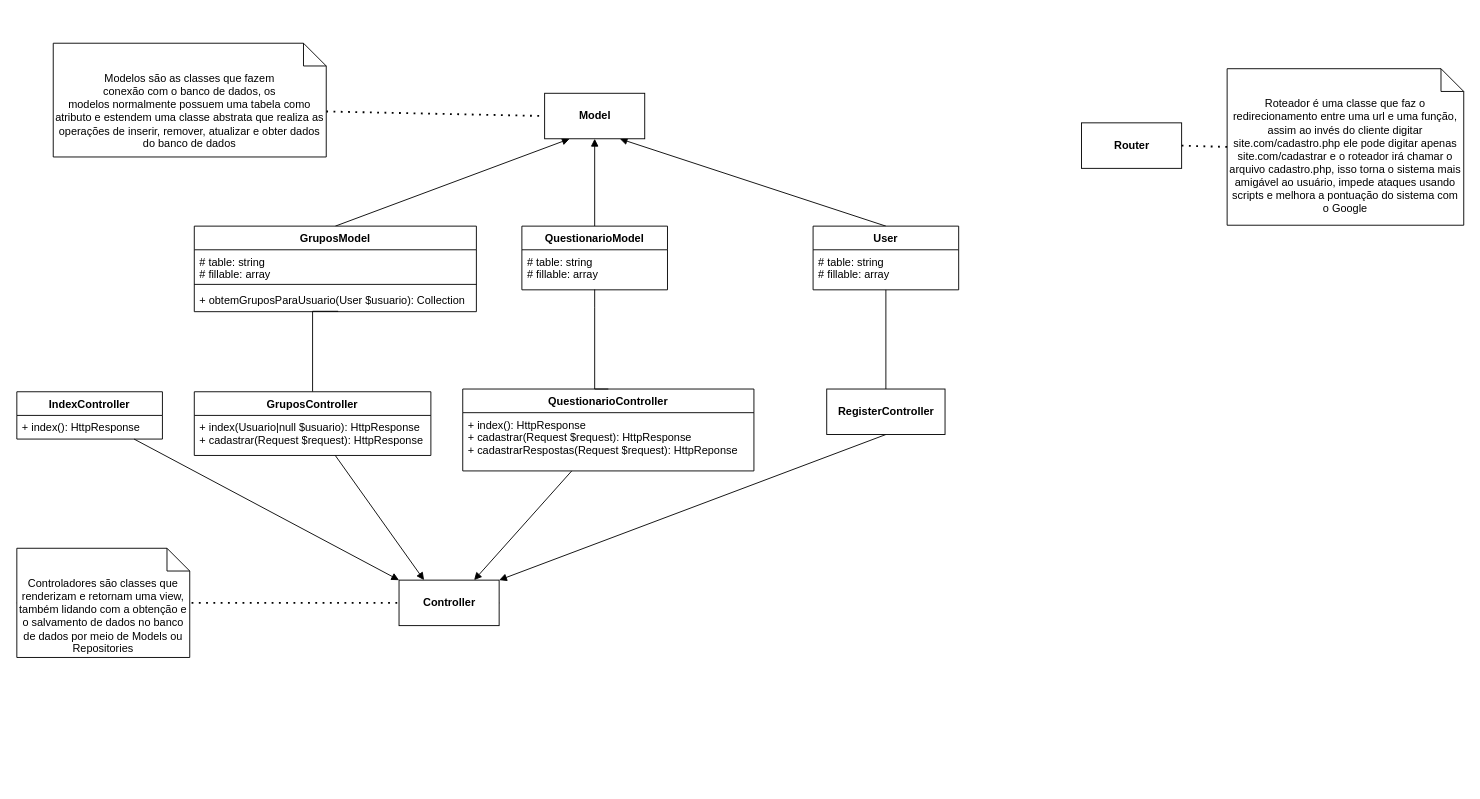
Earlier version of the draw.io diagram Diagramas/Arquitetura de classes.drawio (pmarangon/Grupo-1-PI--Sa-de-e-Bem-Estar). Source tidied: cells renumbered, new cells numbered last; positions are measured from the earlier drawing's top-left corner, leaving out a move shared by most shapes. Both pictures are drawn from the tidied source at 91%, with x=0, y=0 at pixel (16, 43).
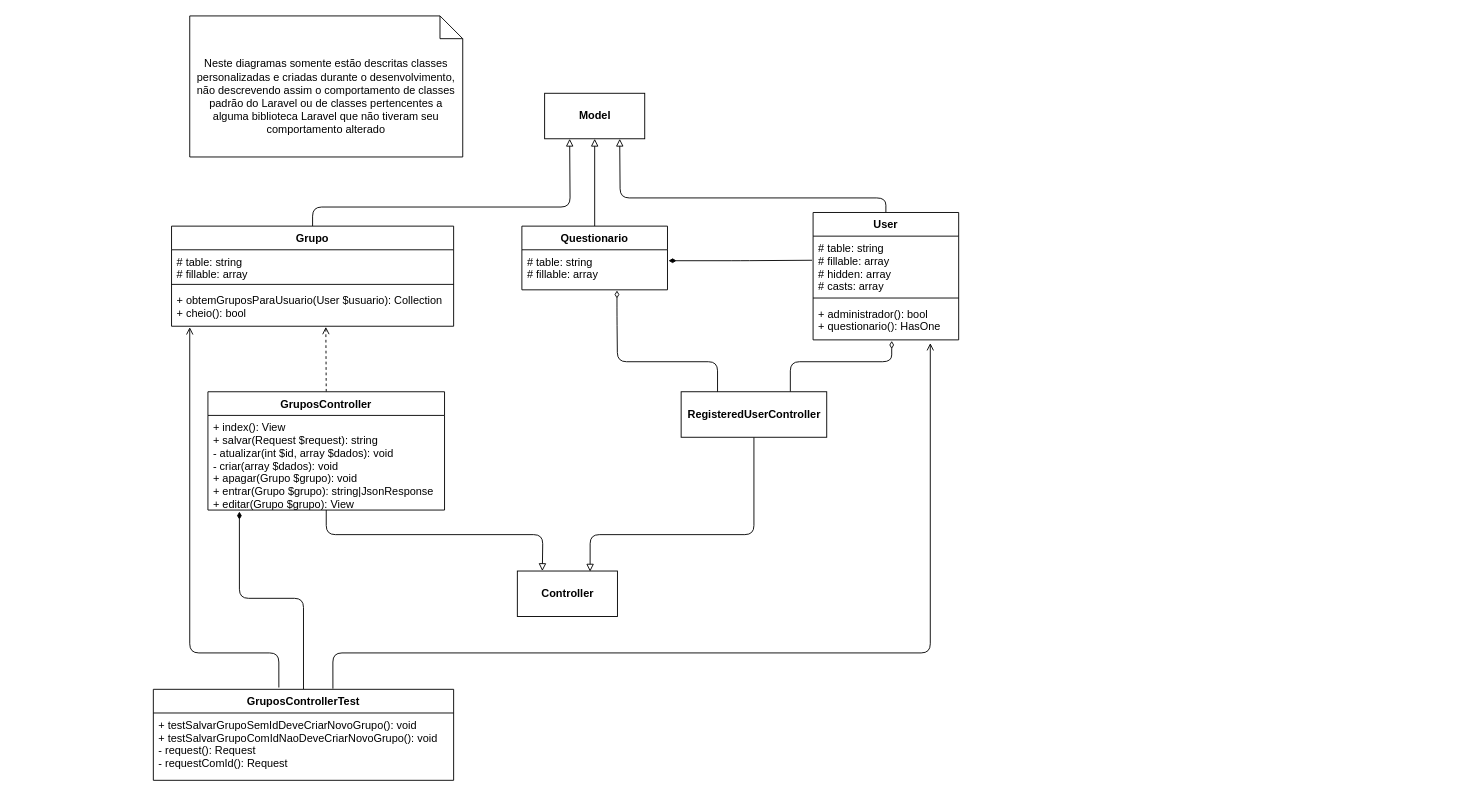
The same diagram, later.

Commit message (it also covers changes not shown here):
Atualiza diagrama de classes

The change refers to these unchanged cells:
```xml
<mxCell id="10" value="# table: string&#10;# fillable: array" style="text;strokeColor=none;fillColor=none;align=left;verticalAlign=top;spacingLeft=4;spacingRight=4;overflow=hidden;points=[[0,0.5],[1,0.5]];portConstraint=eastwest;" parent="9" vertex="1">
  <mxGeometry y="26" width="160" height="44" as="geometry" />
</mxCell>
<mxCell id="14" value="&lt;b&gt;Model&lt;/b&gt;" style="html=1;" parent="1" vertex="1">
  <mxGeometry x="580" y="55" width="110" height="50" as="geometry" />
</mxCell>
```

The edit, as a diff of the source:
```diff
@@
-    <mxCell id="2" style="rounded=0;jettySize=auto;html=1;exitX=0.5;exitY=0;exitDx=0;exitDy=0;entryX=0.25;entryY=1;entryDx=0;entryDy=0;endArrow=block;endFill=1;startArrow=none;startFill=0;" parent="1" edge="1" source="32" target="14">
-      <mxGeometry relative="1" as="geometry" />
+    <mxCell id="2" style="rounded=1;jettySize=auto;html=1;exitX=0.5;exitY=0;exitDx=0;exitDy=0;entryX=0.25;entryY=1;entryDx=0;entryDy=0;endArrow=block;endFill=0;startArrow=none;startFill=0;" parent="1" edge="1" source="32" target="14">
+      <mxGeometry relative="1" as="geometry">
+        <Array as="points">
+          <mxPoint x="325" y="180" />
+          <mxPoint x="608" y="180" />
+        </Array>
+      </mxGeometry>
     </mxCell>
-    <mxCell id="3" style="edgeStyle=orthogonalEdgeStyle;rounded=0;jettySize=auto;html=1;entryX=0.5;entryY=0;entryDx=0;entryDy=0;startArrow=none;startFill=0;endArrow=none;endFill=0;exitX=0.51;exitY=0.984;exitDx=0;exitDy=0;exitPerimeter=0;" parent="1" edge="1" source="35" target="20">
+    <mxCell id="3" style="edgeStyle=orthogonalEdgeStyle;rounded=1;jettySize=auto;html=1;entryX=0.5;entryY=0;entryDx=0;entryDy=0;startArrow=open;startFill=0;endArrow=none;endFill=0;dashed=1;exitX=0.547;exitY=1.016;exitDx=0;exitDy=0;exitPerimeter=0;" parent="1" edge="1" source="35" target="20">
       <mxGeometry relative="1" as="geometry">
         <Array as="points">
-          <mxPoint x="325" y="295" />
+          <mxPoint x="340" y="312" />
         </Array>
       </mxGeometry>
     </mxCell>
-    <mxCell id="4" style="rounded=0;jettySize=auto;html=1;exitX=0.5;exitY=0;exitDx=0;exitDy=0;entryX=0.75;entryY=1;entryDx=0;entryDy=0;endArrow=block;endFill=1;" parent="1" edge="1" source="6" target="14">
-      <mxGeometry relative="1" as="geometry" />
+    <mxCell id="4" style="rounded=1;jettySize=auto;html=1;exitX=0.5;exitY=0;exitDx=0;exitDy=0;entryX=0.75;entryY=1;entryDx=0;entryDy=0;endArrow=block;endFill=0;" parent="1" edge="1" source="6" target="14">
+      <mxGeometry relative="1" as="geometry">
+        <Array as="points">
+          <mxPoint x="955" y="170" />
+          <mxPoint x="663" y="170" />
+        </Array>
+      </mxGeometry>
     </mxCell>
-    <mxCell id="5" style="edgeStyle=orthogonalEdgeStyle;rounded=0;jettySize=auto;html=1;startArrow=none;startFill=0;endArrow=none;endFill=0;entryX=0.5;entryY=0;entryDx=0;entryDy=0;" parent="1" edge="1" source="6" target="31">
-      <mxGeometry relative="1" as="geometry" />
-    </mxCell>
-    <mxCell id="6" value="User" style="swimlane;fontStyle=1;align=center;verticalAlign=top;horizontal=1;startSize=26;" parent="1" vertex="1">
-      <mxGeometry x="875" y="201" width="160" height="70" as="geometry" />
-    </mxCell>
-    <mxCell id="7" value="# table: string&#10;# fillable: array" style="text;strokeColor=none;fillColor=none;align=left;verticalAlign=top;spacingLeft=4;spacingRight=4;overflow=hidden;" parent="6" vertex="1">
-      <mxGeometry y="26" width="160" height="44" as="geometry" />
-    </mxCell>
-    <mxCell id="8" style="edgeStyle=none;rounded=0;jettySize=auto;html=1;exitX=0.5;exitY=0;exitDx=0;exitDy=0;endArrow=block;endFill=1;startArrow=none;startFill=0;entryX=0.5;entryY=1;entryDx=0;entryDy=0;" parent="1" edge="1" source="9" target="14">
+    <mxCell id="8" style="edgeStyle=none;rounded=0;jettySize=auto;html=1;exitX=0.5;exitY=0;exitDx=0;exitDy=0;endArrow=block;endFill=0;startArrow=none;startFill=0;entryX=0.5;entryY=1;entryDx=0;entryDy=0;" parent="1" edge="1" source="9" target="14">
       <mxGeometry relative="1" as="geometry" />
     </mxCell>
-    <mxCell id="9" value="QuestionarioModel" style="swimlane;fontStyle=1;align=center;verticalAlign=top;horizontal=1;startSize=26;" parent="1" vertex="1">
+    <mxCell id="9" value="Questionario" style="swimlane;fontStyle=1;align=center;verticalAlign=top;horizontal=1;startSize=26;" parent="1" vertex="1">
       <mxGeometry x="555" y="201" width="160" height="70" as="geometry" />
     </mxCell>
@@
-    <mxCell id="11" style="endArrow=none;dashed=1;html=1;dashPattern=1 3;strokeWidth=2;exitX=0;exitY=0;exitDx=300;exitDy=75;strokeColor=#000000;exitPerimeter=0;entryX=0;entryY=0.5;entryDx=0;entryDy=0;" parent="1" edge="1" source="13" target="14">
-      <mxGeometry relative="1" as="geometry" />
-    </mxCell>
-    <mxCell id="12" style="endArrow=none;dashed=1;html=1;dashPattern=1 3;strokeWidth=2;exitX=1;exitY=0.5;exitDx=0;exitDy=0;entryX=0;entryY=0.5;entryDx=0;entryDy=0;strokeColor=#000000;entryPerimeter=0;" parent="1" edge="1" source="15" target="29">
-      <mxGeometry relative="1" as="geometry" />
-    </mxCell>
-    <mxCell id="13" value="Modelos são as classes que fazem&lt;br&gt;conexão com o banco de dados, os&lt;br&gt;modelos normalmente possuem uma tabela como atributo e estendem uma classe abstrata que realiza as operações de inserir, remover, atualizar e obter dados do banco de dados" style="shape=note2;boundedLbl=1;whiteSpace=wrap;html=1;size=25;verticalAlign=top;align=center;" parent="1" vertex="1">
-      <mxGeometry x="40" width="300" height="125" as="geometry" />
-    </mxCell>
@@
     <mxCell id="15" value="&lt;b&gt;Controller&lt;/b&gt;" style="html=1;" parent="1" vertex="1">
-      <mxGeometry x="420" y="590" width="110" height="50" as="geometry" />
+      <mxGeometry x="550" y="580" width="110" height="50" as="geometry" />
     </mxCell>
-    <mxCell id="16" style="edgeStyle=none;rounded=0;jettySize=auto;html=1;entryX=0;entryY=0;entryDx=0;entryDy=0;strokeColor=#000000;endArrow=block;endFill=1;startArrow=none;startFill=0;" parent="1" edge="1" source="17" target="15">
-      <mxGeometry relative="1" as="geometry" />
-    </mxCell>
-    <mxCell id="17" value="IndexController" style="swimlane;fontStyle=1;align=center;verticalAlign=top;horizontal=1;startSize=26;" parent="1" vertex="1">
-      <mxGeometry y="383" width="160" height="52" as="geometry" />
-    </mxCell>
-    <mxCell id="18" value="+ index(): HttpResponse" style="text;strokeColor=none;fillColor=none;align=left;verticalAlign=top;spacingLeft=4;spacingRight=4;overflow=hidden;" parent="17" vertex="1">
-      <mxGeometry y="26" width="160" height="26" as="geometry" />
-    </mxCell>
-    <mxCell id="19" style="edgeStyle=none;rounded=0;jettySize=auto;html=1;entryX=0.25;entryY=0;entryDx=0;entryDy=0;strokeColor=#000000;endArrow=block;endFill=1;startArrow=none;startFill=0;" parent="1" edge="1" source="20" target="15">
-      <mxGeometry relative="1" as="geometry" />
+    <mxCell id="19" style="edgeStyle=none;rounded=1;jettySize=auto;html=1;entryX=0.25;entryY=0;entryDx=0;entryDy=0;strokeColor=#000000;endArrow=block;endFill=0;startArrow=none;startFill=0;" parent="1" edge="1" source="20" target="15">
+      <mxGeometry relative="1" as="geometry">
+        <Array as="points">
+          <mxPoint x="340" y="540" />
+          <mxPoint x="578" y="540" />
+        </Array>
+      </mxGeometry>
     </mxCell>
     <mxCell id="20" value="GruposController" style="swimlane;fontStyle=1;align=center;verticalAlign=top;horizontal=1;startSize=26;" parent="1" vertex="1">
-      <mxGeometry x="195" y="383" width="260" height="70" as="geometry" />
+      <mxGeometry x="210" y="383" width="260" height="130" as="geometry" />
     </mxCell>
-    <mxCell id="21" value="+ index(Usuario|null $usuario): HttpResponse&#10;+ cadastrar(Request $request): HttpResponse" style="text;strokeColor=none;fillColor=none;align=left;verticalAlign=top;spacingLeft=4;spacingRight=4;overflow=hidden;points=[[0,0.5],[1,0.5]];portConstraint=eastwest;" parent="20" vertex="1">
-      <mxGeometry y="26" width="260" height="44" as="geometry" />
+    <mxCell id="21" value="+ index(): View&#10;+ salvar(Request $request): string&#10;- atualizar(int $id, array $dados): void&#10;- criar(array $dados): void&#10;+ apagar(Grupo $grupo): void&#10;+ entrar(Grupo $grupo): string|JsonResponse&#10;+ editar(Grupo $grupo): View" style="text;strokeColor=none;fillColor=none;align=left;verticalAlign=top;spacingLeft=4;spacingRight=4;overflow=hidden;points=[[0,0.5],[1,0.5]];portConstraint=eastwest;" parent="20" vertex="1">
+      <mxGeometry y="26" width="260" height="104" as="geometry" />
     </mxCell>
-    <mxCell id="22" style="edgeStyle=none;rounded=0;jettySize=auto;html=1;entryX=0.75;entryY=0;entryDx=0;entryDy=0;strokeColor=#000000;endArrow=block;endFill=1;startArrow=none;startFill=0;" parent="1" edge="1" source="23" target="15">
-      <mxGeometry relative="1" as="geometry" />
-    </mxCell>
-    <mxCell id="23" value="QuestionarioController" style="swimlane;fontStyle=1;align=center;verticalAlign=top;horizontal=1;startSize=26;" parent="1" vertex="1">
-      <mxGeometry x="490" y="380" width="320" height="90" as="geometry" />
-    </mxCell>
-    <mxCell id="24" value="+ index(): HttpResponse&#10;+ cadastrar(Request $request): HttpResponse&#10;+ cadastrarRespostas(Request $request): HttpReponse" style="text;strokeColor=none;fillColor=none;align=left;verticalAlign=top;spacingLeft=4;spacingRight=4;overflow=hidden;" parent="23" vertex="1">
-      <mxGeometry y="26" width="320" height="64" as="geometry" />
-    </mxCell>
-    <mxCell id="25" style="edgeStyle=none;rounded=0;jettySize=auto;html=1;entryX=1;entryY=0;entryDx=0;entryDy=0;strokeColor=#000000;endArrow=block;endFill=1;startArrow=none;startFill=0;exitX=0.5;exitY=1;exitDx=0;exitDy=0;" parent="1" edge="1" source="31" target="15">
-      <mxGeometry relative="1" as="geometry" />
+    <mxCell id="25" style="edgeStyle=none;rounded=1;jettySize=auto;html=1;entryX=0.727;entryY=0.013;entryDx=0;entryDy=0;strokeColor=#000000;endArrow=block;endFill=0;startArrow=none;startFill=0;exitX=0.5;exitY=1;exitDx=0;exitDy=0;entryPerimeter=0;shadow=0;sketch=0;" parent="1" edge="1" source="31" target="15">
+      <mxGeometry relative="1" as="geometry">
+        <Array as="points">
+          <mxPoint x="810" y="540" />
+          <mxPoint x="630" y="540" />
+        </Array>
+      </mxGeometry>
     </mxCell>
-    <mxCell id="26" value="Router" style="html=1;fontStyle=1;" parent="1" vertex="1">
-      <mxGeometry x="1170" y="87.5" width="110" height="50" as="geometry" />
-    </mxCell>
-    <mxCell id="27" value="Roteador é uma classe que faz o redirecionamento entre uma url e uma função, assim ao invés do cliente digitar site.com/cadastro.php ele pode digitar apenas site.com/cadastrar e o roteador irá chamar o arquivo cadastro.php, isso torna o sistema mais amigável ao usuário, impede ataques usando scripts e melhora a pontuação do sistema com o Google" style="shape=note2;boundedLbl=1;whiteSpace=wrap;html=1;size=25;verticalAlign=top;align=center;" parent="1" vertex="1">
-      <mxGeometry x="1330" y="28" width="260" height="172" as="geometry" />
-    </mxCell>
-    <mxCell id="28" style="endArrow=none;dashed=1;html=1;dashPattern=1 3;strokeWidth=2;exitX=1;exitY=0.5;exitDx=0;exitDy=0;strokeColor=#000000;entryX=0;entryY=0.5;entryDx=0;entryDy=0;entryPerimeter=0;" parent="1" edge="1" source="26" target="27">
-      <mxGeometry relative="1" as="geometry" />
-    </mxCell>
-    <mxCell id="29" value="Controladores são classes que&lt;br&gt;renderizam e retornam uma view, também lidando com a obtenção e o salvamento de dados no banco de dados por meio de Models ou Repositories" style="shape=note2;boundedLbl=1;whiteSpace=wrap;html=1;size=25;verticalAlign=top;align=center;" parent="1" vertex="1">
-      <mxGeometry y="555" width="190" height="120" as="geometry" />
-    </mxCell>
-    <mxCell id="30" style="edgeStyle=orthogonalEdgeStyle;rounded=0;jettySize=auto;html=1;entryX=0.5;entryY=0;entryDx=0;entryDy=0;startArrow=none;startFill=0;endArrow=none;endFill=0;exitX=0.5;exitY=0.991;exitDx=0;exitDy=0;exitPerimeter=0;" parent="1" edge="1" source="10" target="23">
-      <mxGeometry relative="1" as="geometry">
-        <Array as="points">
-          <mxPoint x="635" y="290" />
-          <mxPoint x="635" y="290" />
-        </Array>
-      </mxGeometry>
-    </mxCell>
+    <mxCell id="36" style="edgeStyle=orthogonalEdgeStyle;rounded=1;jettySize=auto;html=1;exitX=0.75;exitY=0;exitDx=0;exitDy=0;entryX=0.54;entryY=1.026;entryDx=0;entryDy=0;entryPerimeter=0;startArrow=none;startFill=0;endArrow=diamondThin;endFill=0;" parent="1" edge="1" source="31" target="39">
+      <mxGeometry relative="1" as="geometry">
+        <Array as="points">
+          <mxPoint x="850" y="350" />
+          <mxPoint x="961" y="350" />
+          <mxPoint x="961" y="327" />
+        </Array>
+      </mxGeometry>
+    </mxCell>
-    <mxCell id="31" value="&lt;b&gt;RegisterController&lt;/b&gt;" style="html=1;" parent="1" vertex="1">
-      <mxGeometry x="890" y="380" width="130" height="50" as="geometry" />
+    <mxCell id="31" value="&lt;b&gt;RegisteredUserController&lt;/b&gt;" style="html=1;" parent="1" vertex="1">
+      <mxGeometry x="730" y="383" width="160" height="50" as="geometry" />
     </mxCell>
-    <mxCell id="32" value="GruposModel" style="swimlane;fontStyle=1;align=center;verticalAlign=top;horizontal=1;startSize=26;" parent="1" vertex="1">
-      <mxGeometry x="195" y="201" width="310" height="94" as="geometry" />
+    <mxCell id="32" value="Grupo" style="swimlane;fontStyle=1;align=center;verticalAlign=top;horizontal=1;startSize=26;" parent="1" vertex="1">
+      <mxGeometry x="170" y="201" width="310" height="110" as="geometry" />
     </mxCell>
@@
-    <mxCell id="35" value="+ obtemGruposParaUsuario(User $usuario): Collection" style="text;strokeColor=none;fillColor=none;align=left;verticalAlign=top;spacingLeft=4;spacingRight=4;overflow=hidden;points=[[0,0.5],[1,0.5]];portConstraint=eastwest;" parent="32" vertex="1">
-      <mxGeometry y="68" width="310" height="26" as="geometry" />
+    <mxCell id="35" value="+ obtemGruposParaUsuario(User $usuario): Collection&#10;+ cheio(): bool" style="text;strokeColor=none;fillColor=none;align=left;verticalAlign=top;spacingLeft=4;spacingRight=4;overflow=hidden;points=[[0,0.5],[1,0.5]];portConstraint=eastwest;" parent="32" vertex="1">
+      <mxGeometry y="68" width="310" height="42" as="geometry" />
     </mxCell>
+    <mxCell id="6" value="User" style="swimlane;fontStyle=1;align=center;verticalAlign=top;horizontal=1;startSize=26;" parent="1" vertex="1">
+      <mxGeometry x="875" y="186" width="160" height="140" as="geometry" />
+    </mxCell>
+    <mxCell id="37" value="# table: string&#10;# fillable: array&#10;# hidden: array&#10;# casts: array&#10;&#10;" style="text;strokeColor=none;fillColor=none;align=left;verticalAlign=top;spacingLeft=4;spacingRight=4;overflow=hidden;points=[[0,0.5],[1,0.5]];portConstraint=eastwest;" parent="6" vertex="1">
+      <mxGeometry y="26" width="160" height="64" as="geometry" />
+    </mxCell>
+    <mxCell id="38" style="line;strokeWidth=1;fillColor=none;align=left;verticalAlign=middle;spacingTop=-1;spacingLeft=3;spacingRight=3;labelPosition=right;" parent="6" vertex="1">
+      <mxGeometry y="90" width="160" height="8" as="geometry" />
+    </mxCell>
+    <mxCell id="39" value="+ administrador(): bool&#10;+ questionario(): HasOne" style="text;strokeColor=none;fillColor=none;align=left;verticalAlign=top;spacingLeft=4;spacingRight=4;overflow=hidden;points=[[0,0.5],[1,0.5]];portConstraint=eastwest;" parent="6" vertex="1">
+      <mxGeometry y="98" width="160" height="42" as="geometry" />
+    </mxCell>
+    <mxCell id="40" style="edgeStyle=orthogonalEdgeStyle;rounded=1;jettySize=auto;html=1;entryX=0.25;entryY=0;entryDx=0;entryDy=0;startArrow=diamondThin;startFill=0;endArrow=none;endFill=0;exitX=0.653;exitY=1.015;exitDx=0;exitDy=0;exitPerimeter=0;" parent="1" edge="1" source="10" target="31">
+      <mxGeometry relative="1" as="geometry">
+        <Array as="points">
+          <mxPoint x="660" y="300" />
+          <mxPoint x="660" y="350" />
+          <mxPoint x="770" y="350" />
+        </Array>
+      </mxGeometry>
+    </mxCell>
+    <mxCell id="41" style="endArrow=none;html=1;rounded=1;edgeStyle=orthogonalEdgeStyle;exitX=1.007;exitY=0.273;exitDx=0;exitDy=0;exitPerimeter=0;entryX=-0.007;entryY=0.414;entryDx=0;entryDy=0;entryPerimeter=0;startArrow=diamondThin;startFill=1;" parent="1" edge="1" source="10" target="37">
+      <mxGeometry relative="1" as="geometry" />
+    </mxCell>
+    <mxCell id="42" value="&lt;br&gt;Neste diagramas somente estão descritas classes personalizadas e criadas durante o desenvolvimento, não descrevendo assim o comportamento de classes padrão do Laravel ou de classes pertencentes a alguma biblioteca Laravel que não tiveram seu comportamento alterado" style="shape=note2;boundedLbl=1;whiteSpace=wrap;html=1;size=25;verticalAlign=top;align=center;" parent="1" vertex="1">
+      <mxGeometry x="190" y="-30" width="300" height="155" as="geometry" />
+    </mxCell>
+    <mxCell id="43" style="edgeStyle=orthogonalEdgeStyle;rounded=1;jettySize=auto;html=1;entryX=0.133;entryY=1.016;entryDx=0;entryDy=0;entryPerimeter=0;exitX=0.5;exitY=0;exitDx=0;exitDy=0;endArrow=diamondThin;endFill=1;" parent="1" edge="1" source="44" target="21">
+      <mxGeometry relative="1" as="geometry">
+        <Array as="points">
+          <mxPoint x="315" y="610" />
+          <mxPoint x="245" y="610" />
+        </Array>
+      </mxGeometry>
+    </mxCell>
+    <mxCell id="44" value="GruposControllerTest" style="swimlane;fontStyle=1;align=center;verticalAlign=top;horizontal=1;startSize=26;" parent="1" vertex="1">
+      <mxGeometry x="150" y="710" width="330" height="100" as="geometry" />
+    </mxCell>
+    <mxCell id="45" value="+ testSalvarGrupoSemIdDeveCriarNovoGrupo(): void&#10;+ testSalvarGrupoComIdNaoDeveCriarNovoGrupo(): void&#10;- request(): Request&#10;- requestComId(): Request" style="text;strokeColor=none;fillColor=none;align=left;verticalAlign=top;spacingLeft=4;spacingRight=4;overflow=hidden;" parent="44" vertex="1">
+      <mxGeometry y="26" width="330" height="74" as="geometry" />
+    </mxCell>
+    <mxCell id="46" style="edgeStyle=orthogonalEdgeStyle;rounded=1;jettySize=auto;html=1;exitX=0.418;exitY=-0.02;exitDx=0;exitDy=0;exitPerimeter=0;endArrow=open;endFill=0;" parent="1" edge="1" source="44">
+      <mxGeometry relative="1" as="geometry">
+        <mxPoint x="190" y="312" as="targetPoint" />
+        <Array as="points">
+          <mxPoint x="288" y="670" />
+          <mxPoint x="190" y="670" />
+        </Array>
+      </mxGeometry>
+    </mxCell>
+    <mxCell id="47" style="edgeStyle=orthogonalEdgeStyle;rounded=1;jettySize=auto;html=1;entryX=0.805;entryY=1.083;entryDx=0;entryDy=0;entryPerimeter=0;exitX=0.598;exitY=-0.007;exitDx=0;exitDy=0;endArrow=open;endFill=0;exitPerimeter=0;" parent="1" edge="1" source="44" target="39">
+      <mxGeometry relative="1" as="geometry">
+        <Array as="points">
+          <mxPoint x="347" y="670" />
+          <mxPoint x="1004" y="670" />
+        </Array>
+      </mxGeometry>
+    </mxCell>
```
